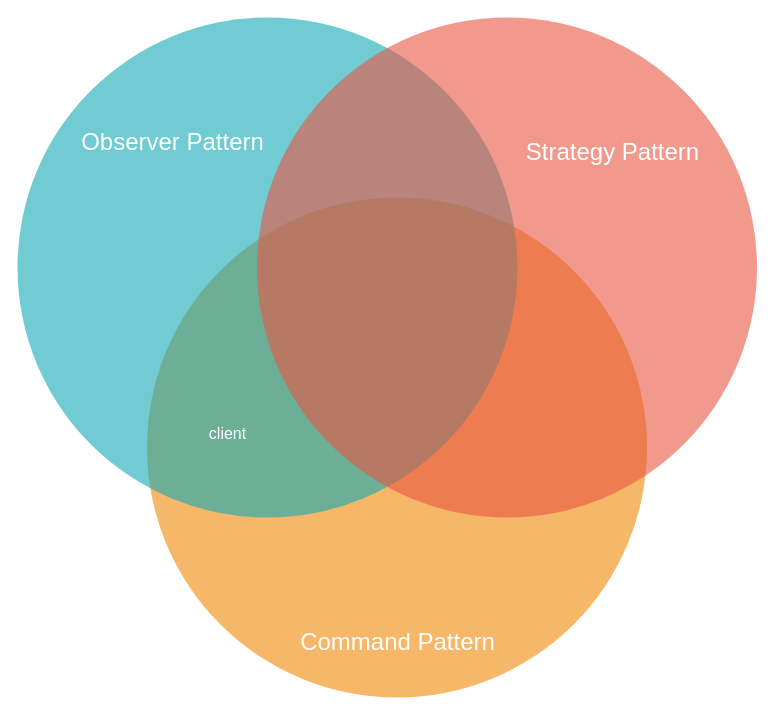
pascalreiss/draw_io_stuff keeps this draw.io diagram as InterfaceDesignPatternVenn.drawio. Above is the earlier version. Source tidied: cells renumbered, new cells numbered last; positions are measured from the earlier drawing's top-left corner, leaving out a move shared by most shapes. Both pictures are drawn from the tidied source at 100%, with x=0, y=0 at pixel (17, 17).
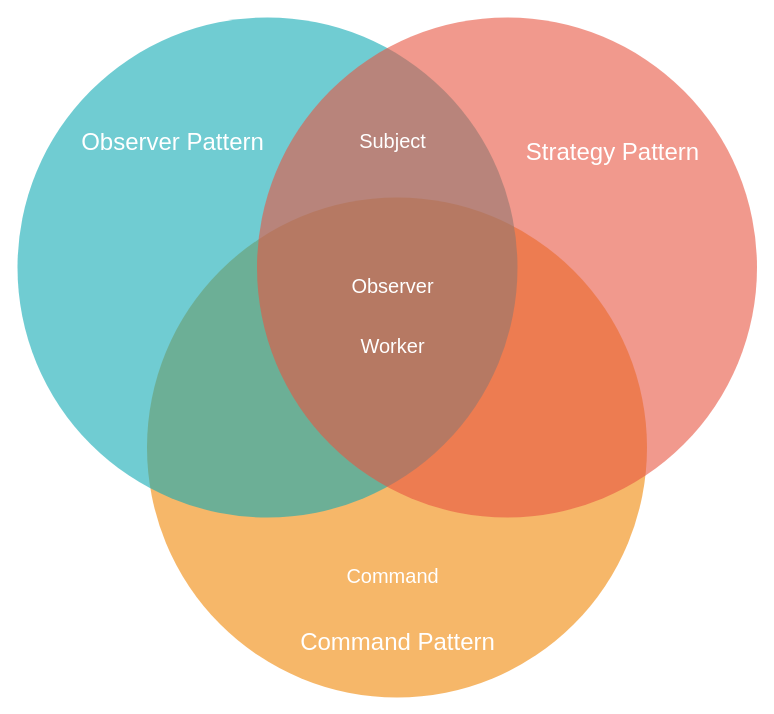
The same page after the edit.

The edit, as a diff of the source:
```diff
@@
 <mxGraphModel>
   <root>
     <mxCell id="0" />
     <mxCell id="1" parent="0" />
     <mxCell id="2" style="ellipse;fillColor=#F08705;opacity=60;strokeColor=none;html=1;fontColor=#FFFFFF;" parent="1" vertex="1">
       <mxGeometry x="129.5" y="180" width="500" height="500" as="geometry" />
     </mxCell>
     <mxCell id="3" style="ellipse;fillColor=#12AAB5;opacity=60;strokeColor=none;html=1;fontColor=#FFFFFF;" parent="1" vertex="1">
       <mxGeometry width="500" height="500" as="geometry" />
     </mxCell>
     <mxCell id="4" style="ellipse;fillColor=#e85642;opacity=60;strokeColor=none;html=1;fontColor=#FFFFFF;" parent="1" vertex="1">
       <mxGeometry x="239.5" width="500" height="500" as="geometry" />
     </mxCell>
     <mxCell id="5" value="Observer Pattern" style="text;fontSize=24;align=center;verticalAlign=middle;html=1;fontColor=#FFFFFF;" parent="1" vertex="1">
       <mxGeometry x="60" y="90" width="190" height="70" as="geometry" />
     </mxCell>
     <mxCell id="6" value="Strategy Pattern" style="text;fontSize=24;align=center;verticalAlign=middle;html=1;fontColor=#FFFFFF;" parent="1" vertex="1">
       <mxGeometry x="500" y="100" width="190" height="70" as="geometry" />
     </mxCell>
     <mxCell id="7" value="Command Pattern" style="text;fontSize=24;align=center;verticalAlign=middle;html=1;fontColor=#FFFFFF;" parent="1" vertex="1">
       <mxGeometry x="284.5" y="590" width="190" height="70" as="geometry" />
     </mxCell>
-    <mxCell id="8" value="client" style="text;align=center;html=1;fontColor=#FFFFFF;fontSize=16;" parent="1" vertex="1">
-      <mxGeometry x="190" y="400" width="40" height="40" as="geometry" />
+    <mxCell id="8" value="Subject" style="text;align=center;html=1;fontColor=#FFFFFF;fontSize=20;" parent="1" vertex="1">
+      <mxGeometry x="355" y="105" width="40" height="40" as="geometry" />
     </mxCell>
+    <mxCell id="9" value="Observer" style="text;align=center;html=1;fontColor=#FFFFFF;fontSize=20;" parent="1" vertex="1">
+      <mxGeometry x="355" y="250" width="40" height="30" as="geometry" />
+    </mxCell>
+    <mxCell id="10" value="Command" style="text;align=center;html=1;fontColor=#FFFFFF;fontSize=20;" parent="1" vertex="1">
+      <mxGeometry x="355" y="540" width="40" height="30" as="geometry" />
+    </mxCell>
+    <mxCell id="11" value="Worker" style="text;align=center;html=1;fontColor=#FFFFFF;fontSize=20;" parent="1" vertex="1">
+      <mxGeometry x="355" y="310" width="40" height="30" as="geometry" />
+    </mxCell>
   </root>
 </mxGraphModel>
```
